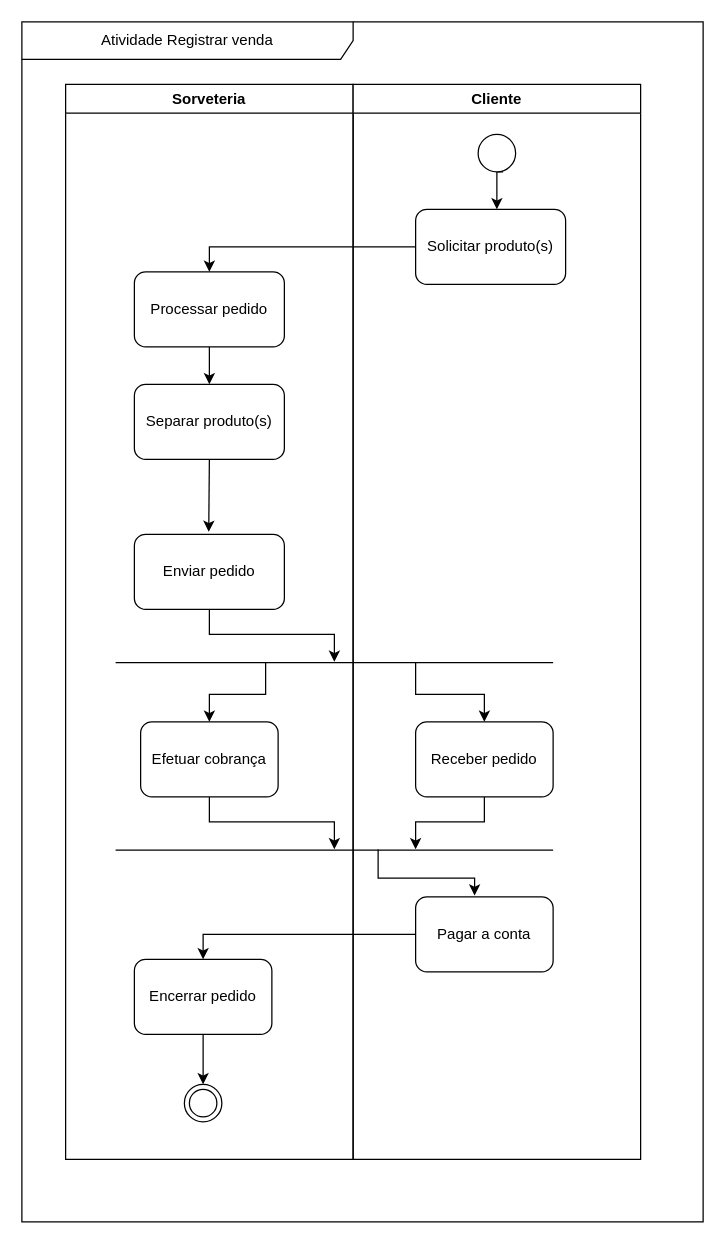
grupovision22/projeto_iglu keeps this draw.io diagram as page "Sorveteria - Cliente" (3 of 3) of Diagrama de Atividades - IGLU 2.drawio. Above is the earlier version. Source tidied: cells renumbered, new cells numbered last; positions are measured from the earlier drawing's top-left corner, leaving out a move shared by most shapes. Both pictures are drawn from the tidied source at 125%, with x=0, y=0 at pixel (21, 21).
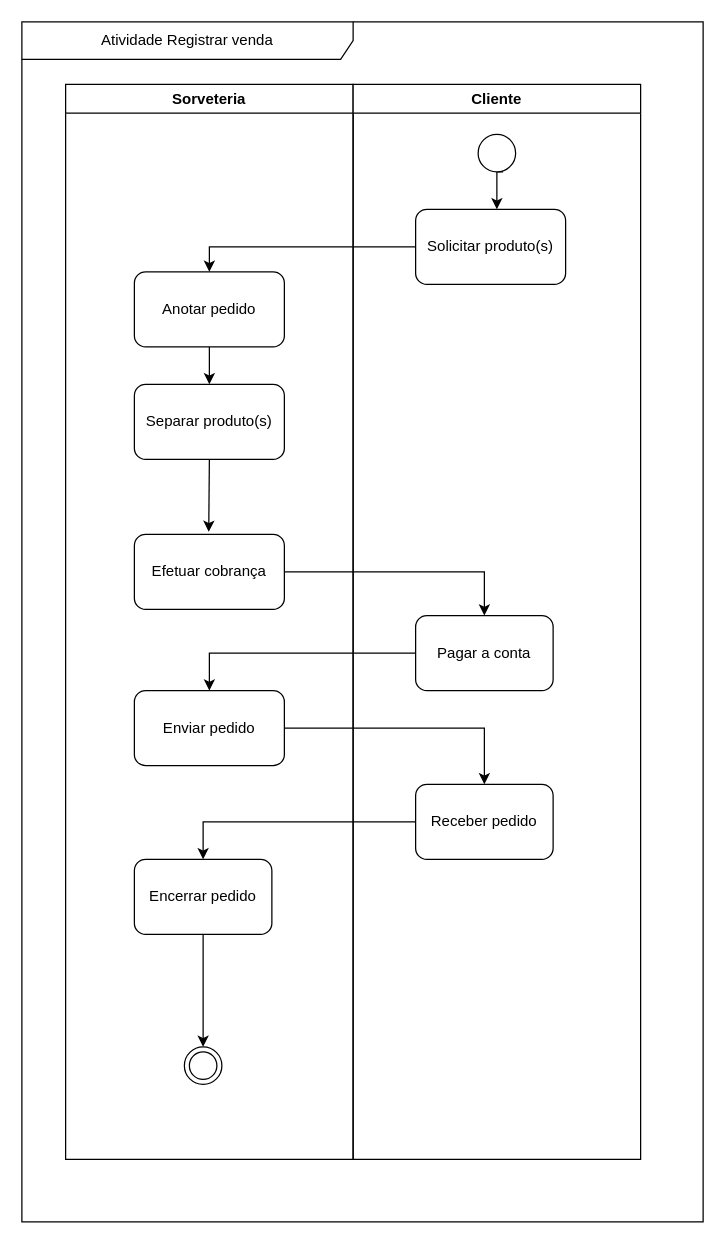
Above is the later version.

Unchanged cells that the change refers to:
```xml
<mxCell id="3" value="Sorveteria" style="swimlane;" parent="1" vertex="1">
  <mxGeometry x="35" y="50" width="230" height="860" as="geometry" />
</mxCell>
<mxCell id="11" value="Cliente" style="swimlane;startSize=23;" parent="1" vertex="1">
  <mxGeometry x="265" y="50" width="230" height="860" as="geometry" />
</mxCell>
```

What changed in the source:
```diff
@@
-    <mxCell id="5" style="edgeStyle=orthogonalEdgeStyle;rounded=0;jettySize=auto;html=1;" parent="3" edge="1" source="6" target="7">
-      <mxGeometry relative="1" as="geometry" />
-    </mxCell>
-    <mxCell id="6" value="Efetuar cobrança" style="rounded=1;whiteSpace=wrap;html=1;fillColor=none;" parent="3" vertex="1">
-      <mxGeometry x="60" y="510" width="110" height="60" as="geometry" />
-    </mxCell>
-    <mxCell id="7" style="line;strokeWidth=1;html=1;perimeter=backbonePerimeter;points=[];outlineConnect=0;fillColor=none;" parent="3" vertex="1">
-      <mxGeometry x="40" y="610" width="350" height="5" as="geometry" />
-    </mxCell>
@@
     <mxCell id="9" value="Encerrar pedido" style="rounded=1;whiteSpace=wrap;html=1;fillColor=none;" parent="3" vertex="1">
-      <mxGeometry x="55" y="700" width="110" height="60" as="geometry" />
+      <mxGeometry x="55" y="620" width="110" height="60" as="geometry" />
     </mxCell>
     <mxCell id="10" style="ellipse;html=1;shape=endState;" parent="3" vertex="1">
-      <mxGeometry x="95" y="800" width="30" height="30" as="geometry" />
+      <mxGeometry x="95" y="770" width="30" height="30" as="geometry" />
     </mxCell>
@@
     <mxCell id="12" value="Receber pedido" style="rounded=1;whiteSpace=wrap;html=1;fillColor=none;" parent="11" vertex="1">
-      <mxGeometry x="50" y="510" width="110" height="60" as="geometry" />
+      <mxGeometry x="50" y="560" width="110" height="60" as="geometry" />
     </mxCell>
-    <mxCell id="13" style="edgeStyle=orthogonalEdgeStyle;rounded=0;jettySize=auto;html=1;entryX=0.5;entryY=0;entryDx=0;entryDy=0;" parent="11" edge="1" source="14" target="12">
-      <mxGeometry relative="1" as="geometry">
-        <Array as="points">
-          <mxPoint x="50" y="488" />
-          <mxPoint x="105" y="488" />
-        </Array>
-      </mxGeometry>
-    </mxCell>
-    <mxCell id="14" style="line;strokeWidth=1;html=1;perimeter=backbonePerimeter;points=[];outlineConnect=0;fillColor=none;" parent="11" vertex="1">
-      <mxGeometry x="-190" y="460" width="350" height="5" as="geometry" />
-    </mxCell>
     <mxCell id="15" value="Pagar a conta" style="rounded=1;whiteSpace=wrap;html=1;fillColor=none;" parent="11" vertex="1">
-      <mxGeometry x="50" y="650" width="110" height="60" as="geometry" />
+      <mxGeometry x="50" y="425" width="110" height="60" as="geometry" />
     </mxCell>
@@
-    <mxCell id="21" value="Processar pedido" style="rounded=1;whiteSpace=wrap;html=1;fillColor=none;" parent="1" vertex="1">
+    <mxCell id="21" value="Anotar pedido" style="rounded=1;whiteSpace=wrap;html=1;fillColor=none;" parent="1" vertex="1">
       <mxGeometry x="90" y="200" width="120" height="60" as="geometry" />
     </mxCell>
@@
-    <mxCell id="23" style="edgeStyle=orthogonalEdgeStyle;rounded=0;jettySize=auto;html=1;" parent="1" edge="1" source="24" target="14">
-      <mxGeometry relative="1" as="geometry" />
-    </mxCell>
+    <mxCell id="29" style="edgeStyle=orthogonalEdgeStyle;rounded=0;jettySize=auto;html=1;" parent="1" edge="1" source="24" target="15">
+      <mxGeometry relative="1" as="geometry" />
+    </mxCell>
-    <mxCell id="24" value="Enviar pedido" style="rounded=1;whiteSpace=wrap;html=1;fillColor=none;" parent="1" vertex="1">
+    <mxCell id="24" value="Efetuar cobrança" style="rounded=1;whiteSpace=wrap;html=1;fillColor=none;" parent="1" vertex="1">
       <mxGeometry x="90" y="410" width="120" height="60" as="geometry" />
     </mxCell>
-    <mxCell id="25" style="edgeStyle=orthogonalEdgeStyle;rounded=0;jettySize=auto;html=1;entryX=0.5;entryY=0;entryDx=0;entryDy=0;" parent="1" edge="1" source="14" target="6">
-      <mxGeometry relative="1" as="geometry">
-        <Array as="points">
-          <mxPoint x="195" y="538" />
-          <mxPoint x="150" y="538" />
-        </Array>
-      </mxGeometry>
-    </mxCell>
-    <mxCell id="26" style="edgeStyle=orthogonalEdgeStyle;rounded=0;jettySize=auto;html=1;" parent="1" edge="1" source="12" target="7">
-      <mxGeometry relative="1" as="geometry">
-        <Array as="points">
-          <mxPoint x="370" y="640" />
-          <mxPoint x="315" y="640" />
-        </Array>
-      </mxGeometry>
-    </mxCell>
-    <mxCell id="27" style="edgeStyle=orthogonalEdgeStyle;rounded=0;jettySize=auto;html=1;entryX=0.429;entryY=-0.017;entryDx=0;entryDy=0;entryPerimeter=0;" parent="1" edge="1" source="7" target="15">
-      <mxGeometry relative="1" as="geometry">
-        <Array as="points">
-          <mxPoint x="285" y="685" />
-          <mxPoint x="362" y="685" />
-        </Array>
-      </mxGeometry>
-    </mxCell>
-    <mxCell id="28" style="edgeStyle=orthogonalEdgeStyle;rounded=0;jettySize=auto;html=1;entryX=0.5;entryY=0;entryDx=0;entryDy=0;" parent="1" edge="1" source="15" target="9">
-      <mxGeometry relative="1" as="geometry" />
-    </mxCell>
+    <mxCell id="30" style="edgeStyle=orthogonalEdgeStyle;rounded=0;jettySize=auto;html=1;entryX=0.5;entryY=0;entryDx=0;entryDy=0;" parent="1" edge="1" source="31" target="12">
+      <mxGeometry relative="1" as="geometry" />
+    </mxCell>
+    <mxCell id="31" value="Enviar pedido" style="rounded=1;whiteSpace=wrap;html=1;fillColor=none;" parent="1" vertex="1">
+      <mxGeometry x="90" y="535" width="120" height="60" as="geometry" />
+    </mxCell>
+    <mxCell id="32" style="edgeStyle=orthogonalEdgeStyle;rounded=0;jettySize=auto;html=1;entryX=0.5;entryY=0;entryDx=0;entryDy=0;" parent="1" edge="1" source="15" target="31">
+      <mxGeometry relative="1" as="geometry" />
+    </mxCell>
+    <mxCell id="33" style="edgeStyle=orthogonalEdgeStyle;rounded=0;jettySize=auto;html=1;entryX=0.5;entryY=0;entryDx=0;entryDy=0;" parent="1" edge="1" source="12" target="9">
+      <mxGeometry relative="1" as="geometry" />
+    </mxCell>
```
